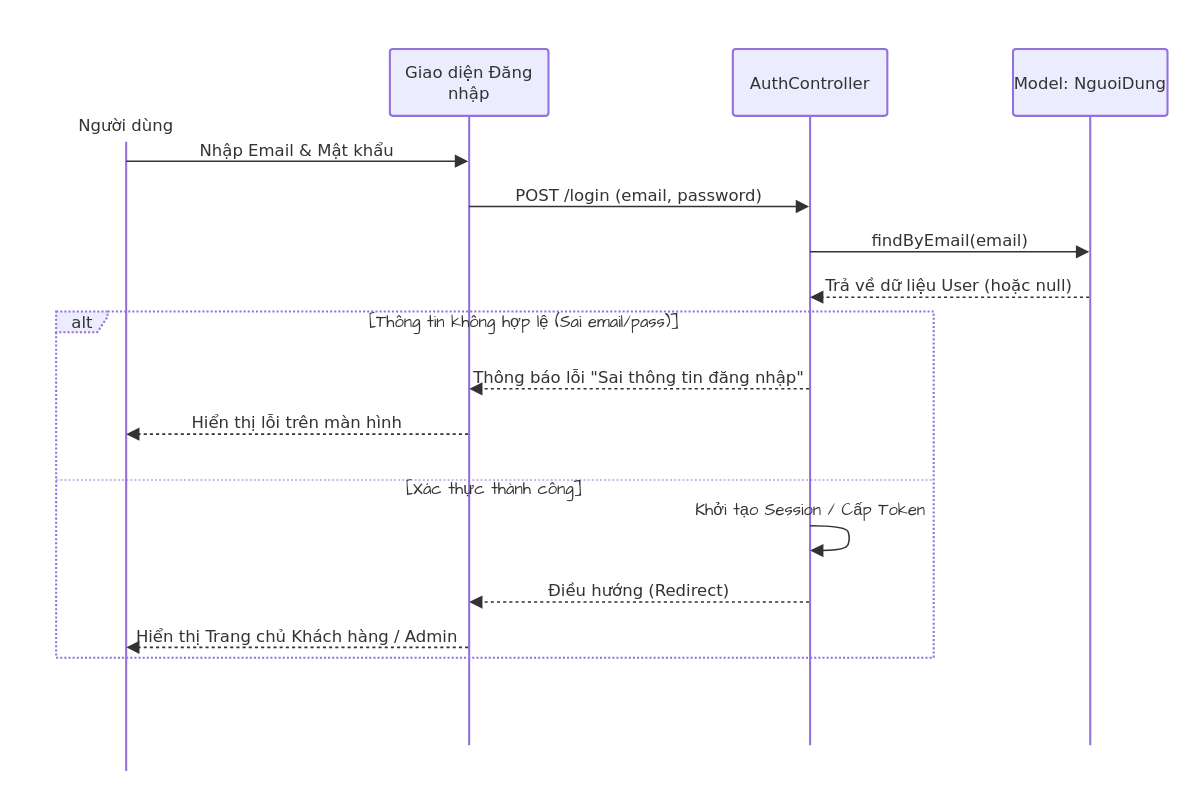
The draw.io diagram page "Đăng nhập" (2 of 13) of docs/diagrams/Sequence.drawio in N-D-Tuan/DoAnTotNghiep, before the edit. Source tidied: cells renumbered, new cells numbered last; positions are measured from the earlier drawing's top-left corner, leaving out a move shared by most shapes. Both pictures are drawn from the tidied source at 103%, with x=0, y=0 at pixel (18, 18).
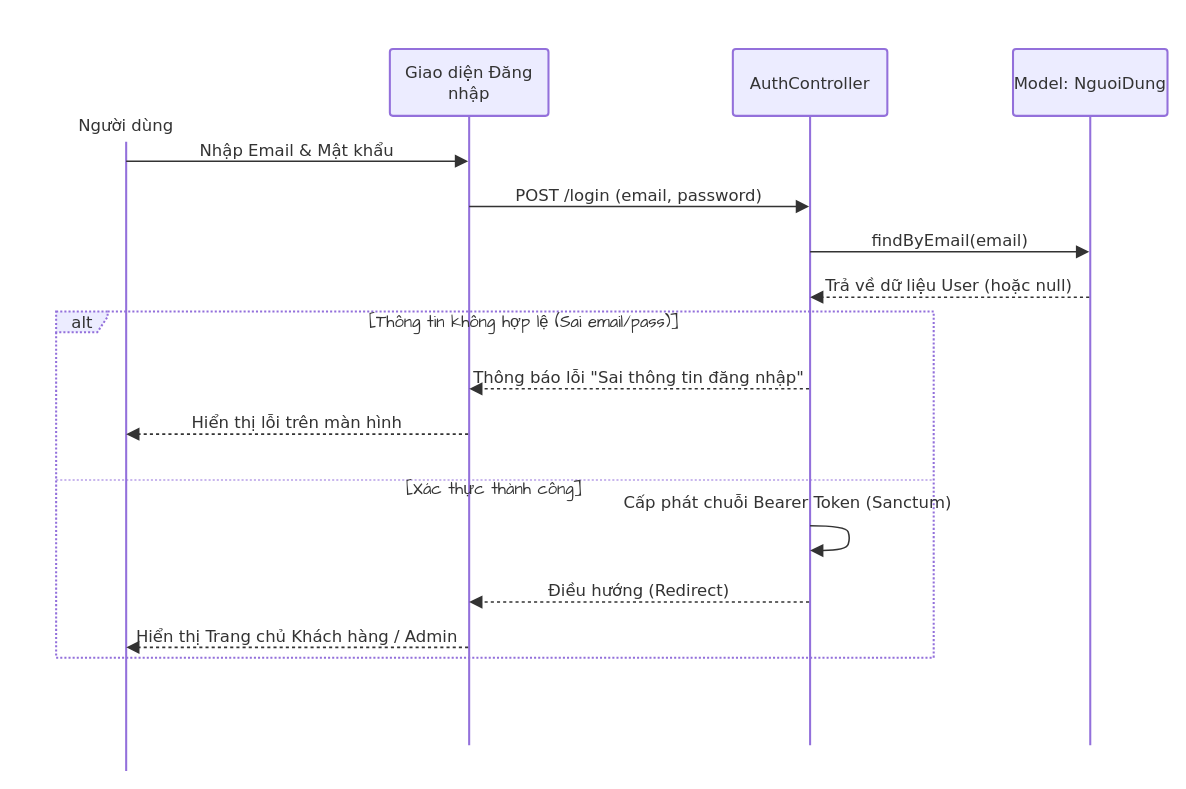
The same page after the edit.

The change refers to these unchanged cells:
```xml
<mxCell id="2" style="group;transparentBounds=1;editIcon=1;lockedGroup=0;groupPadding=10;fontFamily=Architects Daughter;" parent="1" vertex="1">
  <mxGeometry as="geometry" />
</mxCell>
```

Change to the diagram source:
```diff
@@
-    <mxCell id="18" value="Khởi tạo Session / Cấp Token" style="text;html=1;strokeColor=none;fillColor=none;align=center;verticalAlign=middle;fontFamily=Architects Daughter;fontSize=16;fontColor=light-dark(#333333,#cccccc);" parent="2" vertex="1">
-      <mxGeometry x="669" y="469" width="200" height="18" as="geometry" />
-    </mxCell>
@@
+    <mxCell id="21" value="&lt;span style=&quot;color: rgb(51, 51, 51); font-family: &amp;quot;Trebuchet MS&amp;quot;, Verdana, Arial, sans-serif; font-size: 16px;&quot;&gt;Cấp phát chuỗi Bearer Token (Sanctum)&lt;/span&gt;" style="text;html=1;whiteSpace=wrap;strokeColor=none;fillColor=none;align=center;verticalAlign=middle;rounded=0;fontSize=20;fontFamily=Architects Daughter;" parent="2" vertex="1">
+      <mxGeometry x="576" y="454" width="343" height="30" as="geometry" />
+    </mxCell>
```
